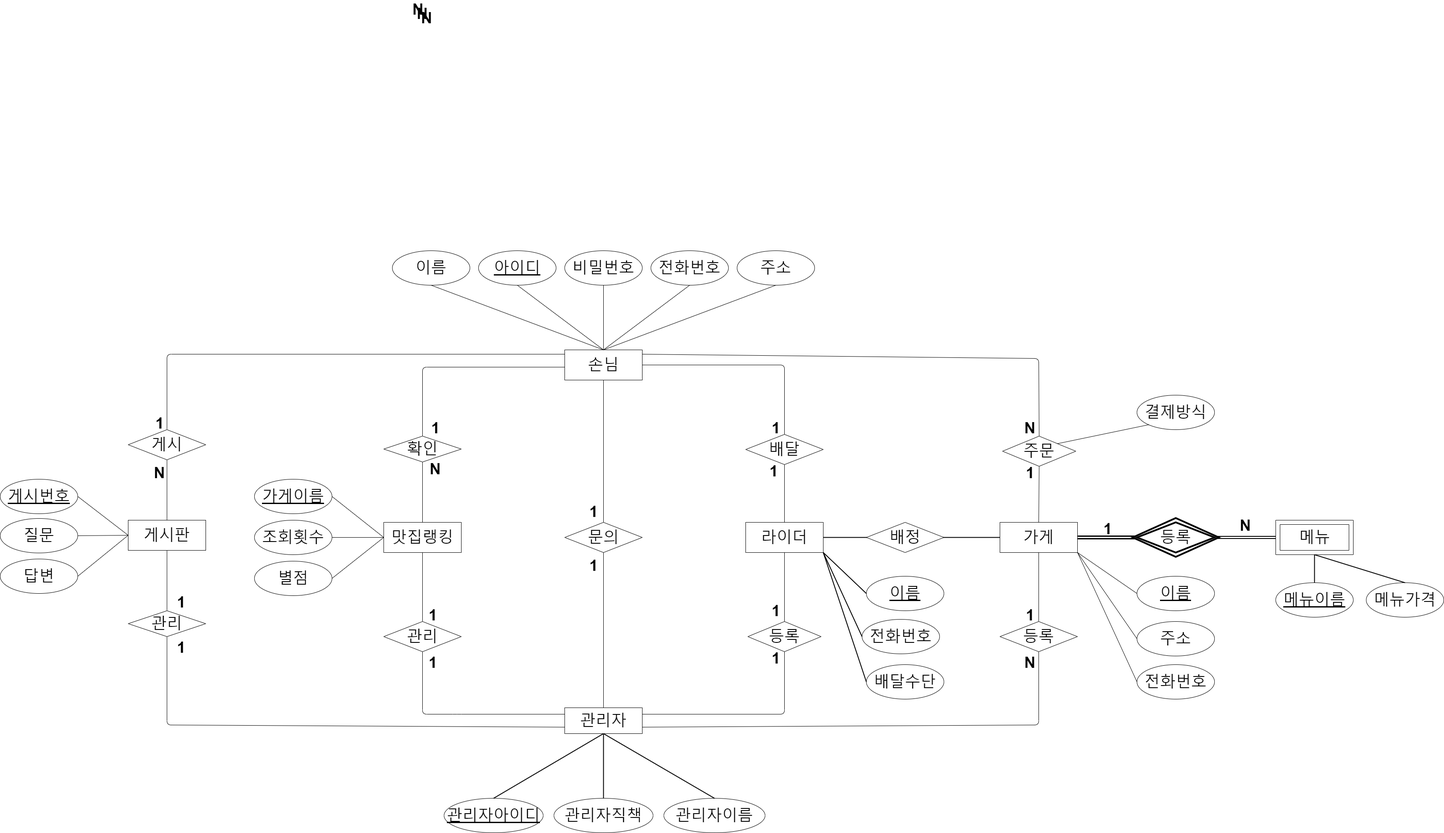
The draw.io diagram third.png in 2eunbi/OpenSoftware_database_, before a commit. Source tidied: cells renumbered, new cells last; positions are measured from the earlier drawing's top-left corner, leaving out a move shared by most shapes.
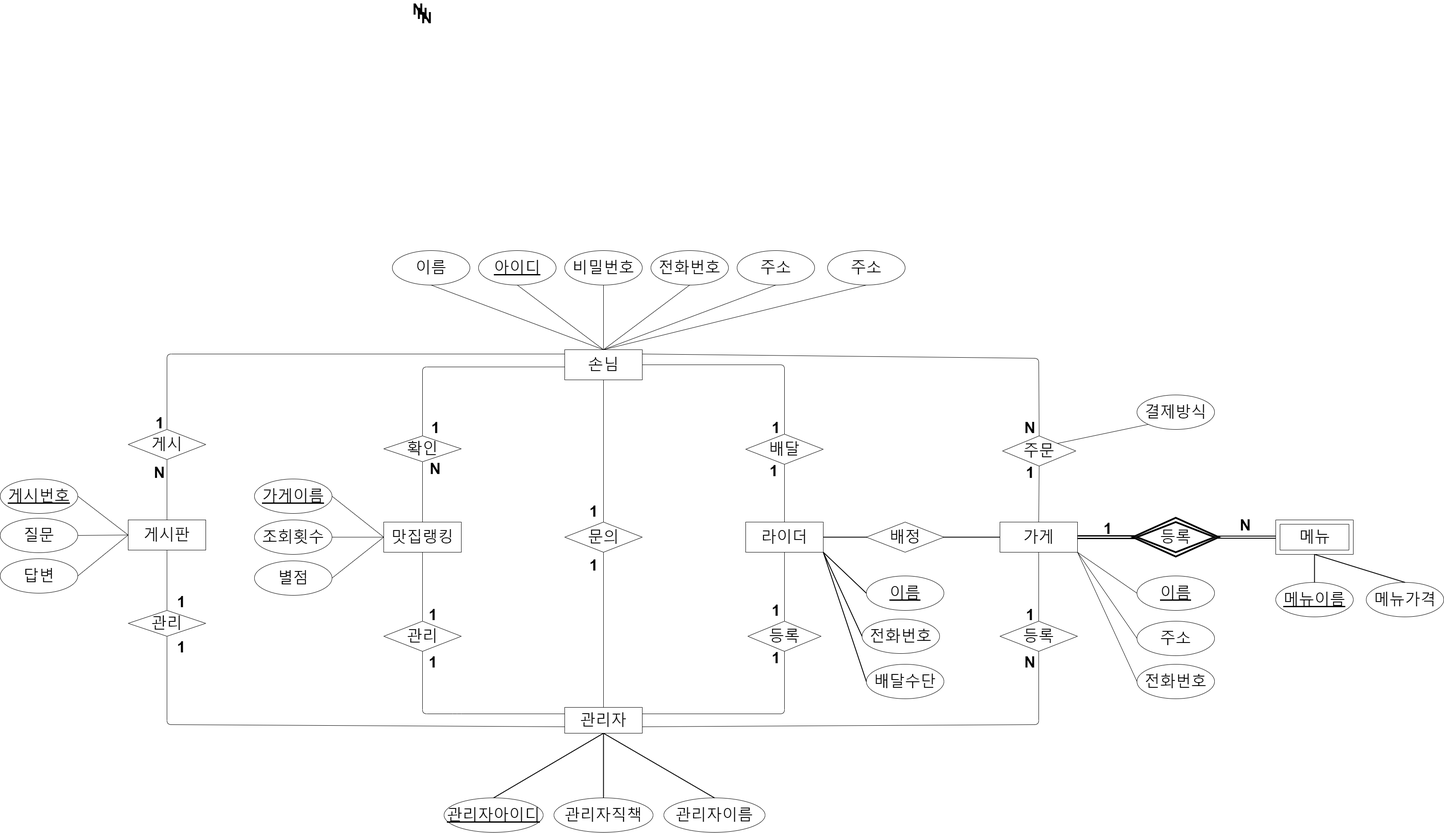
The same file after the commit.

What changed in the source:
```diff
@@ -372,5 +372,11 @@
     <mxCell id="111" value="&lt;font style=&quot;font-size: 36px&quot;&gt;&lt;b&gt;1&lt;/b&gt;&lt;/font&gt;" style="text;html=1;align=center;verticalAlign=middle;" parent="1" vertex="1">
       <mxGeometry x="2550" y="1200" width="40" height="30" as="geometry" />
     </mxCell>
+    <mxCell id="112" value="&lt;font style=&quot;font-size: 36px&quot;&gt;주소&lt;/font&gt;" style="ellipse;whiteSpace=wrap;html=1;" parent="1" vertex="1">
+      <mxGeometry x="1920" y="570" width="180" height="80" as="geometry" />
+    </mxCell>
+    <mxCell id="113" style="endArrow=none;html=1;entryX=0.5;entryY=1;entryDx=0;entryDy=0;exitX=0.5;exitY=0;exitDx=0;exitDy=0;" parent="1" edge="1" source="3" target="112">
+      <mxGeometry relative="1" as="geometry" />
+    </mxCell>
   </root>
 </mxGraphModel>
```
